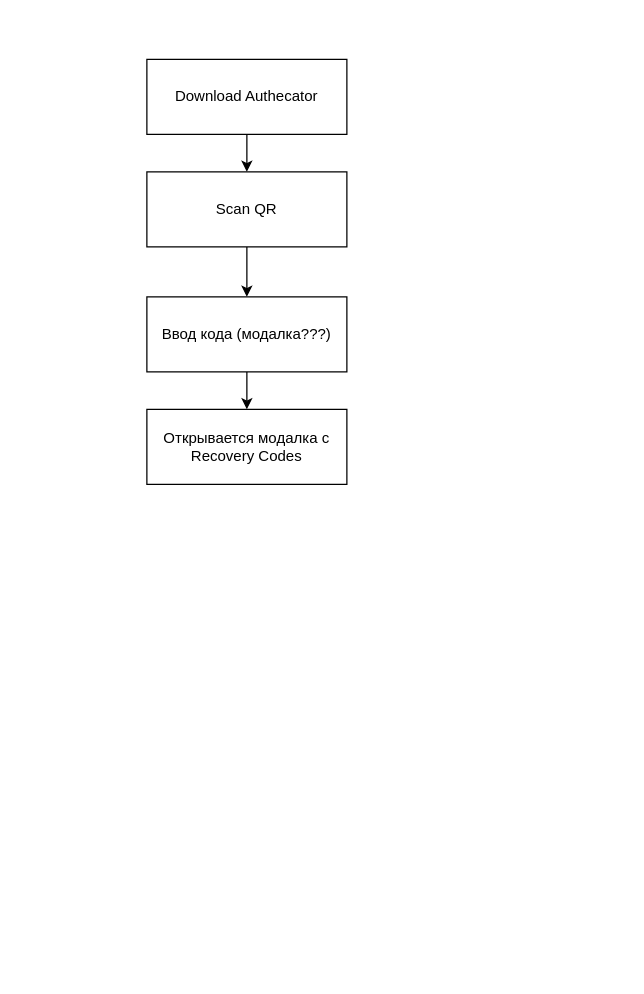
Before: page "flow 2FA" (2 of 2) of NG.drawio in Leonif/diagrams, a draw.io diagram. Source tidied: cells renumbered, new cells numbered last; positions are measured from the earlier drawing's top-left corner, leaving out a move shared by most shapes. Both pictures are drawn from the tidied source at 125%, with x=0, y=0 at pixel (146, 59).
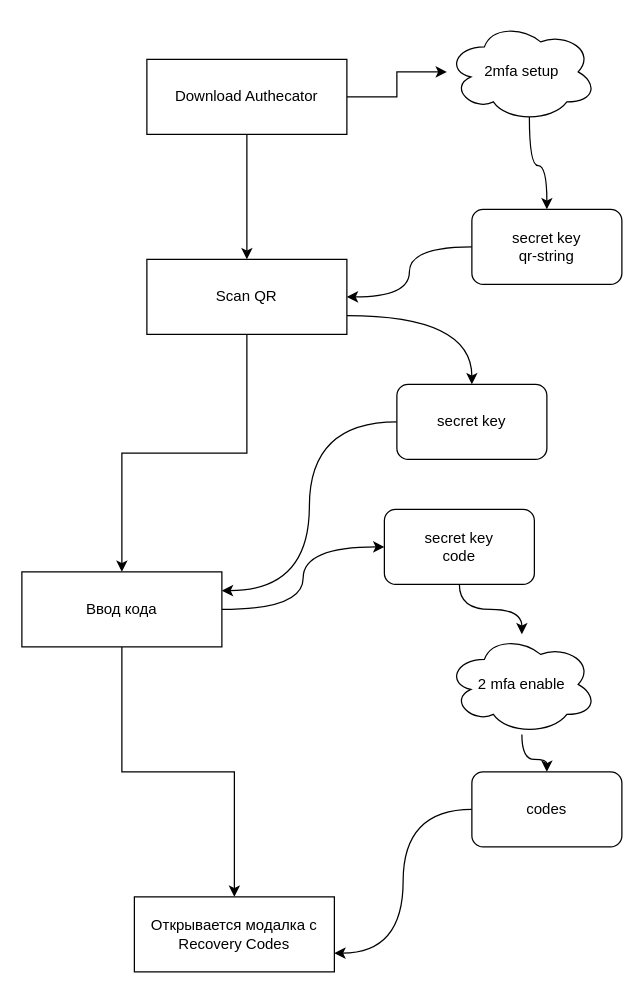
Above is the later version.

The change refers to these unchanged cells:
```xml
<mxCell id="3" value="Download Authecator" style="rounded=0;whiteSpace=wrap;html=1;" parent="1" vertex="1">
  <mxGeometry width="160" height="60" as="geometry" />
</mxCell>
```

Diff of the diagram source:
```diff
@@
+    <mxCell id="9" style="edgeStyle=orthogonalEdgeStyle;rounded=0;jettySize=auto;html=1;" parent="1" edge="1" source="3" target="13">
+      <mxGeometry relative="1" as="geometry" />
+    </mxCell>
@@
+    <mxCell id="10" style="edgeStyle=orthogonalEdgeStyle;curved=1;rounded=0;jettySize=auto;html=1;exitX=1;exitY=0.75;exitDx=0;exitDy=0;entryX=0.5;entryY=0;entryDx=0;entryDy=0;" parent="1" edge="1" source="5" target="17">
+      <mxGeometry relative="1" as="geometry" />
+    </mxCell>
     <mxCell id="5" value="Scan QR" style="rounded=0;whiteSpace=wrap;html=1;" parent="1" vertex="1">
-      <mxGeometry y="90" width="160" height="60" as="geometry" />
+      <mxGeometry y="160" width="160" height="60" as="geometry" />
     </mxCell>
@@
+    <mxCell id="11" style="edgeStyle=orthogonalEdgeStyle;curved=1;rounded=0;jettySize=auto;html=1;entryX=0;entryY=0.5;entryDx=0;entryDy=0;" parent="1" edge="1" source="7" target="19">
+      <mxGeometry relative="1" as="geometry" />
+    </mxCell>
-    <mxCell id="7" value="Ввод кода (модалка???)" style="rounded=0;whiteSpace=wrap;html=1;" parent="1" vertex="1">
-      <mxGeometry y="190" width="160" height="60" as="geometry" />
+    <mxCell id="7" value="Ввод кода" style="rounded=0;whiteSpace=wrap;html=1;" parent="1" vertex="1">
+      <mxGeometry x="-100" y="410" width="160" height="60" as="geometry" />
     </mxCell>
     <mxCell id="8" value="Открывается модалка с Recovery Codes" style="whiteSpace=wrap;html=1;rounded=0;" parent="1" vertex="1">
-      <mxGeometry y="280" width="160" height="60" as="geometry" />
+      <mxGeometry x="-10" y="670" width="160" height="60" as="geometry" />
     </mxCell>
+    <mxCell id="12" style="edgeStyle=orthogonalEdgeStyle;rounded=0;jettySize=auto;html=1;entryX=0.5;entryY=0;entryDx=0;entryDy=0;curved=1;exitX=0.55;exitY=0.95;exitDx=0;exitDy=0;exitPerimeter=0;" parent="1" edge="1" source="13" target="15">
+      <mxGeometry relative="1" as="geometry" />
+    </mxCell>
+    <mxCell id="13" value="2mfa setup" style="ellipse;shape=cloud;whiteSpace=wrap;html=1;rounded=0;" parent="1" vertex="1">
+      <mxGeometry x="240" y="-30" width="120" height="80" as="geometry" />
+    </mxCell>
+    <mxCell id="14" style="edgeStyle=orthogonalEdgeStyle;curved=1;rounded=0;jettySize=auto;html=1;entryX=1;entryY=0.5;entryDx=0;entryDy=0;" parent="1" edge="1" source="15" target="5">
+      <mxGeometry relative="1" as="geometry" />
+    </mxCell>
+    <mxCell id="15" value="&lt;div&gt;secret key&lt;/div&gt;&lt;div&gt;qr-string&lt;br&gt;&lt;/div&gt;" style="rounded=1;whiteSpace=wrap;html=1;" parent="1" vertex="1">
+      <mxGeometry x="260" y="120" width="120" height="60" as="geometry" />
+    </mxCell>
+    <mxCell id="16" style="edgeStyle=orthogonalEdgeStyle;curved=1;rounded=0;jettySize=auto;html=1;entryX=1;entryY=0.25;entryDx=0;entryDy=0;" parent="1" edge="1" source="17" target="7">
+      <mxGeometry relative="1" as="geometry" />
+    </mxCell>
+    <mxCell id="17" value="secret key" style="rounded=1;whiteSpace=wrap;html=1;" parent="1" vertex="1">
+      <mxGeometry x="200" y="260" width="120" height="60" as="geometry" />
+    </mxCell>
+    <mxCell id="18" style="edgeStyle=orthogonalEdgeStyle;curved=1;rounded=0;jettySize=auto;html=1;" parent="1" edge="1" source="19" target="21">
+      <mxGeometry relative="1" as="geometry" />
+    </mxCell>
+    <mxCell id="19" value="&lt;div&gt;secret key&lt;/div&gt;&lt;div&gt;code&lt;br&gt;&lt;/div&gt;" style="rounded=1;whiteSpace=wrap;html=1;" parent="1" vertex="1">
+      <mxGeometry x="190" y="360" width="120" height="60" as="geometry" />
+    </mxCell>
+    <mxCell id="20" style="edgeStyle=orthogonalEdgeStyle;curved=1;rounded=0;jettySize=auto;html=1;" parent="1" edge="1" source="21" target="23">
+      <mxGeometry relative="1" as="geometry" />
+    </mxCell>
+    <mxCell id="21" value="2 mfa enable" style="ellipse;shape=cloud;whiteSpace=wrap;html=1;rounded=1;" parent="1" vertex="1">
+      <mxGeometry x="240" y="460" width="120" height="80" as="geometry" />
+    </mxCell>
+    <mxCell id="22" style="edgeStyle=orthogonalEdgeStyle;curved=1;rounded=0;jettySize=auto;html=1;entryX=1;entryY=0.75;entryDx=0;entryDy=0;" parent="1" edge="1" source="23" target="8">
+      <mxGeometry relative="1" as="geometry" />
+    </mxCell>
+    <mxCell id="23" value="codes" style="rounded=1;whiteSpace=wrap;html=1;" parent="1" vertex="1">
+      <mxGeometry x="260" y="570" width="120" height="60" as="geometry" />
+    </mxCell>
```
